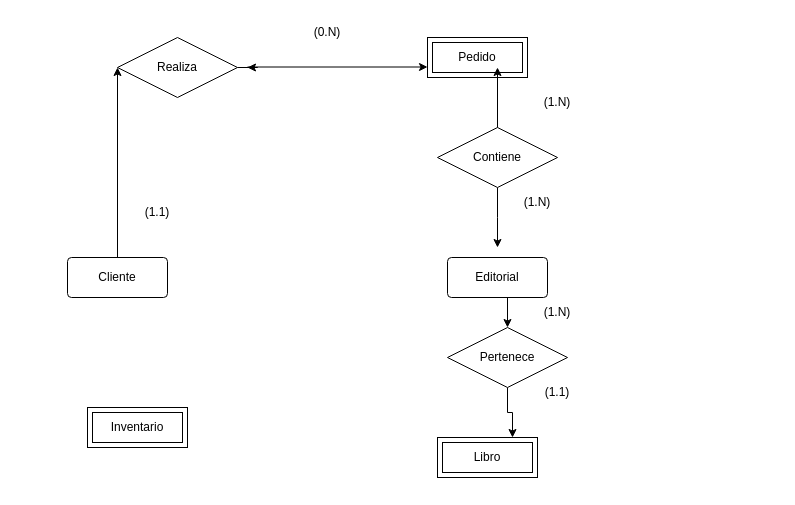
The draw.io diagram db/modelo.drawio in Sergio-Tolaba/ds_ej, before the edit. Source tidied: cells renumbered, new cells numbered last; positions are measured from the earlier drawing's top-left corner, leaving out a move shared by most shapes. Both pictures are drawn from the tidied source at 100%, with x=0, y=0 at pixel (67, 17).
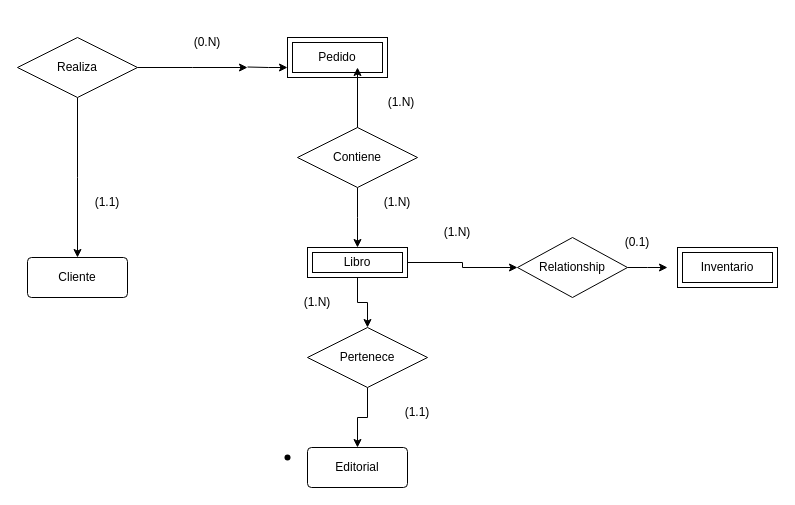
The same page after the edit.

Commit message:
Completando las relaciones: modelo.drawio

The edit, as a diff of the source:
```diff
@@
-    <mxCell id="2" style="edgeStyle=orthogonalEdgeStyle;rounded=0;jettySize=auto;html=1;exitX=0.5;exitY=0;exitDx=0;exitDy=0;" parent="1" edge="1" source="3">
-      <mxGeometry relative="1" as="geometry">
-        <mxPoint x="50" y="50" as="targetPoint" />
-      </mxGeometry>
-    </mxCell>
     <mxCell id="3" value="Cliente" style="rounded=1;arcSize=10;whiteSpace=wrap;html=1;align=center;" parent="1" vertex="1">
-      <mxGeometry y="240" width="100" height="40" as="geometry" />
+      <mxGeometry x="-40" y="240" width="100" height="40" as="geometry" />
     </mxCell>
-    <mxCell id="4" style="edgeStyle=orthogonalEdgeStyle;rounded=0;jettySize=auto;html=1;exitX=0.5;exitY=1;exitDx=0;exitDy=0;entryX=0.5;entryY=0;entryDx=0;entryDy=0;" parent="1" edge="1" source="5" target="20">
-      <mxGeometry relative="1" as="geometry" />
-    </mxCell>
     <mxCell id="5" value="Editorial" style="rounded=1;arcSize=10;whiteSpace=wrap;html=1;align=center;" parent="1" vertex="1">
-      <mxGeometry x="380" y="240" width="100" height="40" as="geometry" />
+      <mxGeometry x="240" y="430" width="100" height="40" as="geometry" />
     </mxCell>
     <mxCell id="6" value="Pedido" style="shape=ext;margin=3;double=1;whiteSpace=wrap;html=1;align=center;" parent="1" vertex="1">
-      <mxGeometry x="360" y="20" width="100" height="40" as="geometry" />
+      <mxGeometry x="220" y="20" width="100" height="40" as="geometry" />
     </mxCell>
+    <mxCell id="23" style="edgeStyle=orthogonalEdgeStyle;rounded=0;jettySize=auto;html=1;entryX=0;entryY=0.5;entryDx=0;entryDy=0;" parent="1" edge="1" source="7" target="28">
+      <mxGeometry relative="1" as="geometry" />
+    </mxCell>
+    <mxCell id="24" style="edgeStyle=orthogonalEdgeStyle;rounded=0;jettySize=auto;html=1;entryX=0.5;entryY=0;entryDx=0;entryDy=0;" parent="1" edge="1" source="7" target="20">
+      <mxGeometry relative="1" as="geometry" />
+    </mxCell>
     <mxCell id="7" value="Libro" style="shape=ext;margin=3;double=1;whiteSpace=wrap;html=1;align=center;" parent="1" vertex="1">
-      <mxGeometry x="370" y="420" width="100" height="40" as="geometry" />
+      <mxGeometry x="240" y="230" width="100" height="30" as="geometry" />
     </mxCell>
     <mxCell id="8" value="Inventario" style="shape=ext;margin=3;double=1;whiteSpace=wrap;html=1;align=center;" parent="1" vertex="1">
-      <mxGeometry x="20" y="390" width="100" height="40" as="geometry" />
+      <mxGeometry x="610" y="230" width="100" height="40" as="geometry" />
     </mxCell>
-    <mxCell id="9" style="edgeStyle=orthogonalEdgeStyle;rounded=0;orthogonalLoop=1;jettySize=auto;html=1;entryX=0;entryY=0.75;entryDx=0;entryDy=0;" parent="1" edge="1">
+    <mxCell id="9" style="edgeStyle=orthogonalEdgeStyle;rounded=0;orthogonalLoop=1;jettySize=auto;html=1;" parent="1" edge="1">
       <mxGeometry relative="1" as="geometry">
         <mxPoint x="180" y="49.5" as="sourcePoint" />
-        <mxPoint x="360" y="49.5" as="targetPoint" />
+        <mxPoint x="220" y="50" as="targetPoint" />
       </mxGeometry>
     </mxCell>
@@
+    <mxCell id="25" style="edgeStyle=orthogonalEdgeStyle;rounded=0;jettySize=auto;html=1;exitX=0.5;exitY=1;exitDx=0;exitDy=0;" parent="1" edge="1" source="11">
+      <mxGeometry relative="1" as="geometry">
+        <mxPoint x="10" y="240" as="targetPoint" />
+      </mxGeometry>
+    </mxCell>
     <mxCell id="11" value="Realiza" style="shape=rhombus;perimeter=rhombusPerimeter;whiteSpace=wrap;html=1;align=center;" parent="1" vertex="1">
-      <mxGeometry x="50" y="20" width="120" height="60" as="geometry" />
+      <mxGeometry x="-50" y="20" width="120" height="60" as="geometry" />
     </mxCell>
     <mxCell id="12" value="(1.1)" style="text;html=1;align=center;verticalAlign=middle;whiteSpace=wrap;rounded=0;" parent="1" vertex="1">
-      <mxGeometry x="60" y="180" width="60" height="30" as="geometry" />
+      <mxGeometry x="10" y="170" width="60" height="30" as="geometry" />
     </mxCell>
     <mxCell id="13" value="(0.N)" style="text;html=1;align=center;verticalAlign=middle;whiteSpace=wrap;rounded=0;" parent="1" vertex="1">
-      <mxGeometry x="230" width="60" height="30" as="geometry" />
+      <mxGeometry x="110" y="10" width="60" height="30" as="geometry" />
     </mxCell>
     <mxCell id="14" style="edgeStyle=orthogonalEdgeStyle;rounded=0;jettySize=auto;html=1;" parent="1" edge="1" source="15">
       <mxGeometry relative="1" as="geometry">
-        <mxPoint x="430" y="230" as="targetPoint" />
+        <mxPoint x="290" y="230" as="targetPoint" />
       </mxGeometry>
     </mxCell>
     <mxCell id="15" value="Contiene" style="shape=rhombus;perimeter=rhombusPerimeter;whiteSpace=wrap;html=1;align=center;" parent="1" vertex="1">
-      <mxGeometry x="370" y="110" width="120" height="60" as="geometry" />
+      <mxGeometry x="230" y="110" width="120" height="60" as="geometry" />
     </mxCell>
@@
     <mxCell id="17" value="(1.N)" style="text;html=1;align=center;verticalAlign=middle;whiteSpace=wrap;rounded=0;" parent="1" vertex="1">
-      <mxGeometry x="460" y="70" width="60" height="30" as="geometry" />
+      <mxGeometry x="304" y="70" width="60" height="30" as="geometry" />
     </mxCell>
     <mxCell id="18" value="(1.N)" style="text;html=1;align=center;verticalAlign=middle;whiteSpace=wrap;rounded=0;" parent="1" vertex="1">
-      <mxGeometry x="440" y="170" width="60" height="30" as="geometry" />
+      <mxGeometry x="300" y="170" width="60" height="30" as="geometry" />
     </mxCell>
-    <mxCell id="19" style="edgeStyle=orthogonalEdgeStyle;rounded=0;jettySize=auto;html=1;exitX=0.5;exitY=1;exitDx=0;exitDy=0;entryX=0.75;entryY=0;entryDx=0;entryDy=0;" parent="1" edge="1" source="20" target="7">
-      <mxGeometry relative="1" as="geometry" />
-    </mxCell>
+    <mxCell id="26" style="edgeStyle=orthogonalEdgeStyle;rounded=0;jettySize=auto;html=1;" parent="1" edge="1" source="20" target="5">
+      <mxGeometry relative="1" as="geometry" />
+    </mxCell>
     <mxCell id="20" value="Pertenece" style="shape=rhombus;perimeter=rhombusPerimeter;whiteSpace=wrap;html=1;align=center;" parent="1" vertex="1">
-      <mxGeometry x="380" y="310" width="120" height="60" as="geometry" />
+      <mxGeometry x="240" y="310" width="120" height="60" as="geometry" />
     </mxCell>
     <mxCell id="21" value="(1.N)" style="text;html=1;align=center;verticalAlign=middle;whiteSpace=wrap;rounded=0;" parent="1" vertex="1">
-      <mxGeometry x="460" y="280" width="60" height="30" as="geometry" />
+      <mxGeometry x="220" y="270" width="60" height="30" as="geometry" />
     </mxCell>
     <mxCell id="22" value="(1.1)" style="text;html=1;align=center;verticalAlign=middle;whiteSpace=wrap;rounded=0;" parent="1" vertex="1">
-      <mxGeometry x="460" y="360" width="60" height="30" as="geometry" />
+      <mxGeometry x="320" y="380" width="60" height="30" as="geometry" />
     </mxCell>
+    <mxCell id="27" style="edgeStyle=orthogonalEdgeStyle;rounded=0;jettySize=auto;html=1;" parent="1" edge="1" source="28">
+      <mxGeometry relative="1" as="geometry">
+        <mxPoint x="600" y="250" as="targetPoint" />
+      </mxGeometry>
+    </mxCell>
+    <mxCell id="28" value="Relationship" style="shape=rhombus;perimeter=rhombusPerimeter;whiteSpace=wrap;html=1;align=center;" parent="1" vertex="1">
+      <mxGeometry x="450" y="220" width="110" height="60" as="geometry" />
+    </mxCell>
+    <mxCell id="29" style="shape=waypoint;sketch=0;size=6;fillColor=none;perimeter=centerPerimeter;" parent="1" vertex="1">
+      <mxGeometry x="210" y="430" width="20" height="20" as="geometry" />
+    </mxCell>
+    <mxCell id="30" style="edgeStyle=orthogonalEdgeStyle;rounded=0;orthogonalLoop=1;jettySize=auto;html=1;exitX=0.5;exitY=1;exitDx=0;exitDy=0;" parent="1" edge="1" source="12" target="12">
+      <mxGeometry relative="1" as="geometry" />
+    </mxCell>
+    <mxCell id="31" value="(1.N)" style="text;html=1;align=center;verticalAlign=middle;whiteSpace=wrap;rounded=0;" parent="1" vertex="1">
+      <mxGeometry x="360" y="200" width="60" height="30" as="geometry" />
+    </mxCell>
+    <mxCell id="32" value="(0.1)" style="text;html=1;align=center;verticalAlign=middle;whiteSpace=wrap;rounded=0;" parent="1" vertex="1">
+      <mxGeometry x="540" y="210" width="60" height="30" as="geometry" />
+    </mxCell>
```
